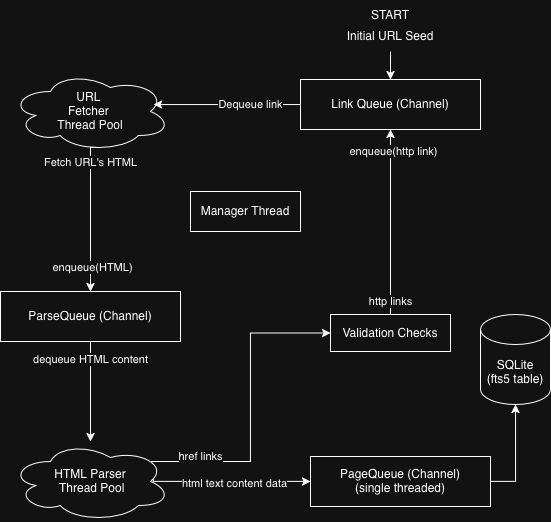
This is images/diagram.png from firozt/go-webcrawler, a draw.io export, as it was before one commit. Source tidied: cells renumbered, new cells last; positions are measured from the earlier drawing's top-left corner, leaving out a move shared by most shapes.
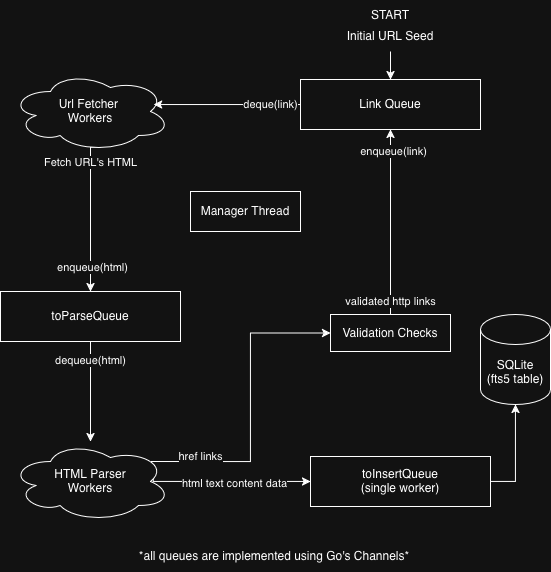
After the commit.

The edit, as a diff of the source:
```diff
@@ -2,18 +2,18 @@
   <root>
     <mxCell id="0" />
     <mxCell id="1" parent="0" />
-    <mxCell id="2" value="Link Queue (Channel)" style="rounded=0;whiteSpace=wrap;html=1;" parent="1" vertex="1">
+    <mxCell id="2" value="Link Queue" style="rounded=0;whiteSpace=wrap;html=1;" parent="1" vertex="1">
       <mxGeometry x="300" y="79" width="180" height="50" as="geometry" />
     </mxCell>
     <mxCell id="3" style="edgeStyle=orthogonalEdgeStyle;rounded=0;jettySize=auto;html=1;" parent="1" edge="1" source="5" target="16">
       <mxGeometry relative="1" as="geometry" />
     </mxCell>
-    <mxCell id="4" value="dequeue HTML content" style="edgeLabel;html=1;align=center;verticalAlign=middle;" parent="3" vertex="1">
+    <mxCell id="4" value="dequeue(html)" style="edgeLabel;html=1;align=center;verticalAlign=middle;" parent="3" vertex="1">
       <mxGeometry x="-0.31" y="1" relative="1" as="geometry">
         <mxPoint x="-1" y="-16" as="offset" />
       </mxGeometry>
     </mxCell>
-    <mxCell id="5" value="ParseQueue (Channel)" style="rounded=0;whiteSpace=wrap;html=1;" parent="1" vertex="1">
+    <mxCell id="5" value="toParseQueue" style="rounded=0;whiteSpace=wrap;html=1;" parent="1" vertex="1">
       <mxGeometry y="291" width="180" height="50" as="geometry" />
     </mxCell>
     <mxCell id="6" style="edgeStyle=orthogonalEdgeStyle;rounded=0;jettySize=auto;html=1;" parent="1" edge="1" source="7" target="17">
@@ -23,7 +23,7 @@
         </Array>
       </mxGeometry>
     </mxCell>
-    <mxCell id="7" value="&lt;div&gt;PageQueue (Channel)&lt;/div&gt;(single threaded)" style="rounded=0;whiteSpace=wrap;html=1;" parent="1" vertex="1">
+    <mxCell id="7" value="&lt;div&gt;toInsertQueue&lt;/div&gt;(single worker)" style="rounded=0;whiteSpace=wrap;html=1;" parent="1" vertex="1">
       <mxGeometry x="310" y="456" width="180" height="50" as="geometry" />
     </mxCell>
     <mxCell id="8" style="edgeStyle=orthogonalEdgeStyle;rounded=0;jettySize=auto;html=1;exitX=0.567;exitY=0.946;exitDx=0;exitDy=0;exitPerimeter=0;" parent="1" edge="1" source="11" target="5">
@@ -38,18 +38,18 @@
         <mxPoint y="7" as="offset" />
       </mxGeometry>
     </mxCell>
-    <mxCell id="10" value="enqueue(HTML)" style="edgeLabel;html=1;align=center;verticalAlign=middle;" parent="8" vertex="1">
+    <mxCell id="10" value="enqueue(html)" style="edgeLabel;html=1;align=center;verticalAlign=middle;" parent="8" vertex="1">
       <mxGeometry x="0.68" y="2" relative="1" as="geometry" />
     </mxCell>
-    <mxCell id="11" value="URL&amp;nbsp;&lt;div&gt;Fetcher&amp;nbsp;&lt;/div&gt;&lt;div&gt;Thread Pool&lt;/div&gt;" style="ellipse;shape=cloud;whiteSpace=wrap;html=1;" parent="1" vertex="1">
+    <mxCell id="11" value="&lt;div&gt;Url Fetcher&amp;nbsp;&lt;/div&gt;&lt;div&gt;Workers&lt;/div&gt;" style="ellipse;shape=cloud;whiteSpace=wrap;html=1;" parent="1" vertex="1">
       <mxGeometry x="10" y="71" width="160" height="80" as="geometry" />
     </mxCell>
     <mxCell id="12" style="edgeStyle=orthogonalEdgeStyle;rounded=0;jettySize=auto;html=1;entryX=0.894;entryY=0.413;entryDx=0;entryDy=0;entryPerimeter=0;" parent="1" edge="1" source="2" target="11">
       <mxGeometry relative="1" as="geometry" />
     </mxCell>
-    <mxCell id="13" value="Dequeue link" style="edgeLabel;html=1;align=center;verticalAlign=middle;" parent="12" vertex="1">
+    <mxCell id="13" value="deque(link)" style="edgeLabel;html=1;align=center;verticalAlign=middle;" parent="12" vertex="1">
       <mxGeometry x="0.05" y="3" relative="1" as="geometry">
-        <mxPoint x="27" y="-3" as="offset" />
+        <mxPoint x="47" y="-3" as="offset" />
       </mxGeometry>
     </mxCell>
     <mxCell id="14" style="edgeStyle=orthogonalEdgeStyle;rounded=0;jettySize=auto;html=1;exitX=0.892;exitY=0.464;exitDx=0;exitDy=0;exitPerimeter=0;" parent="1" edge="1" source="16" target="7">
@@ -62,7 +62,7 @@
     <mxCell id="15" value="html text content data" style="edgeLabel;html=1;align=center;verticalAlign=middle;" parent="14" vertex="1">
       <mxGeometry x="0.04" y="-2" relative="1" as="geometry" />
     </mxCell>
-    <mxCell id="16" value="&lt;div&gt;HTML Parser&lt;/div&gt;&lt;div&gt;&amp;nbsp;Thread Pool&lt;/div&gt;" style="ellipse;shape=cloud;whiteSpace=wrap;html=1;" parent="1" vertex="1">
+    <mxCell id="16" value="&lt;div&gt;HTML Parser&lt;/div&gt;&lt;div&gt;Workers&lt;/div&gt;" style="ellipse;shape=cloud;whiteSpace=wrap;html=1;" parent="1" vertex="1">
       <mxGeometry x="10" y="441" width="160" height="80" as="geometry" />
     </mxCell>
     <mxCell id="17" value="&lt;div&gt;SQLite&lt;/div&gt;(fts5 table)" style="shape=cylinder3;whiteSpace=wrap;html=1;boundedLbl=1;backgroundOutline=1;size=15;" parent="1" vertex="1">
@@ -71,12 +71,12 @@
     <mxCell id="18" style="edgeStyle=orthogonalEdgeStyle;rounded=0;jettySize=auto;html=1;" parent="1" edge="1" source="21" target="2">
       <mxGeometry relative="1" as="geometry" />
     </mxCell>
-    <mxCell id="19" value="http links" style="edgeLabel;html=1;align=center;verticalAlign=middle;" parent="18" vertex="1">
+    <mxCell id="19" value="validated http links" style="edgeLabel;html=1;align=center;verticalAlign=middle;" parent="18" vertex="1">
       <mxGeometry x="-0.36" y="2" relative="1" as="geometry">
         <mxPoint x="2" y="46" as="offset" />
       </mxGeometry>
     </mxCell>
-    <mxCell id="20" value="enqueue(http link)" style="edgeLabel;html=1;align=center;verticalAlign=middle;" parent="18" vertex="1">
+    <mxCell id="20" value="enqueue(link)" style="edgeLabel;html=1;align=center;verticalAlign=middle;" parent="18" vertex="1">
       <mxGeometry x="0.77" y="-3" relative="1" as="geometry" />
     </mxCell>
     <mxCell id="21" value="Validation Checks" style="rounded=0;whiteSpace=wrap;html=1;" parent="1" vertex="1">
@@ -104,5 +104,8 @@
     <mxCell id="27" value="START" style="text;html=1;whiteSpace=wrap;strokeColor=none;fillColor=none;align=center;verticalAlign=middle;rounded=0;" parent="1" vertex="1">
       <mxGeometry x="340" width="100" height="30" as="geometry" />
     </mxCell>
+    <mxCell id="28" value="*all queues are implemented using Go's Channels*" style="text;html=1;whiteSpace=wrap;strokeColor=none;fillColor=none;align=center;verticalAlign=middle;rounded=0;" parent="1" vertex="1">
+      <mxGeometry x="119" y="541" width="310" height="30" as="geometry" />
+    </mxCell>
   </root>
 </mxGraphModel>
```
